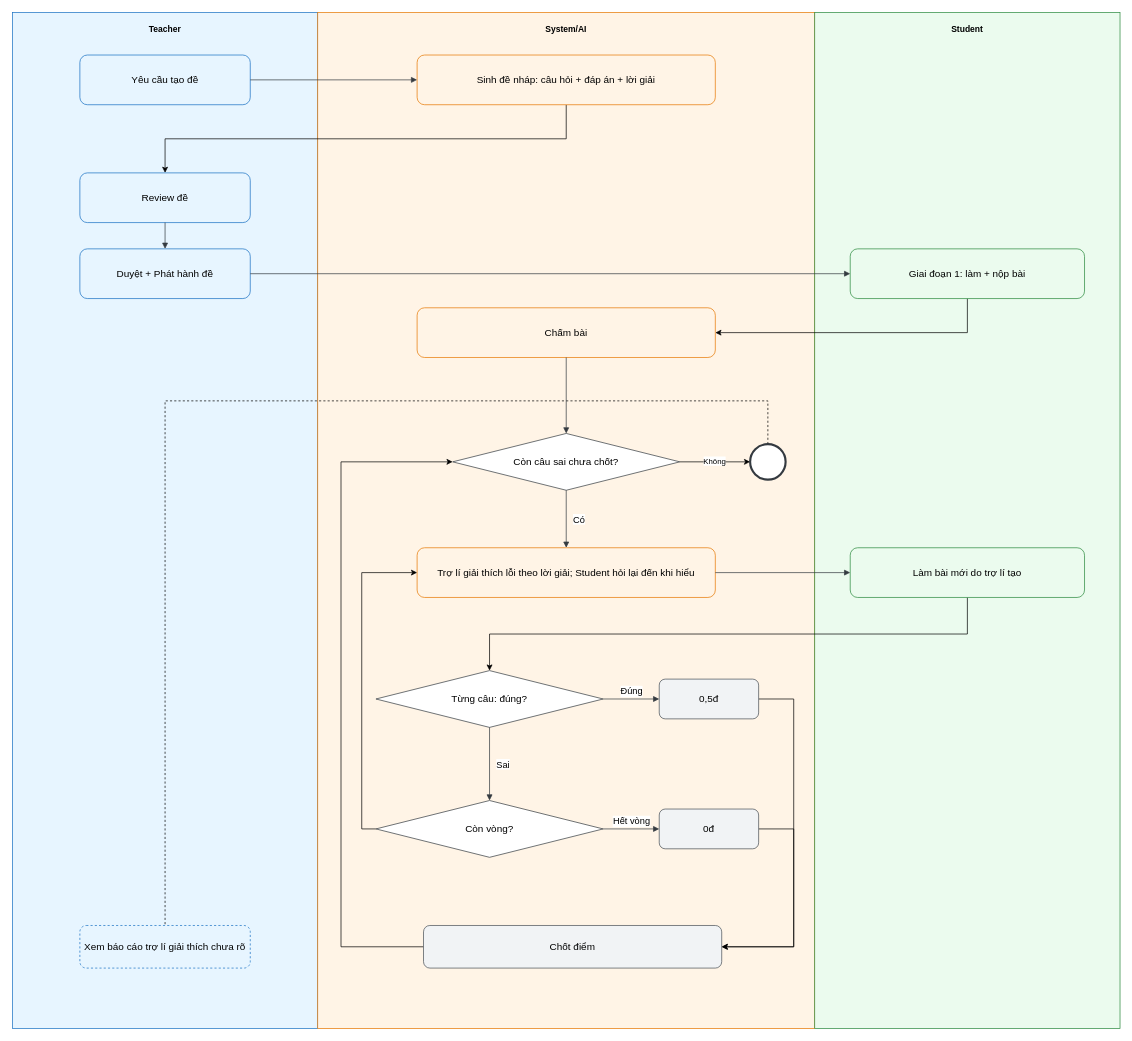
This is docs/diagrams/business-workflows.drawio from biabeogo147/AI-Assessment-and-Feedback-Assistant, a draw.io file, before an edit. Source tidied: cells renumbered, new cells numbered last; positions are measured from the earlier drawing's top-left corner, leaving out a move shared by most shapes. Both pictures are drawn from the tidied source at 71%, with x=0, y=0 at pixel (12, 12).
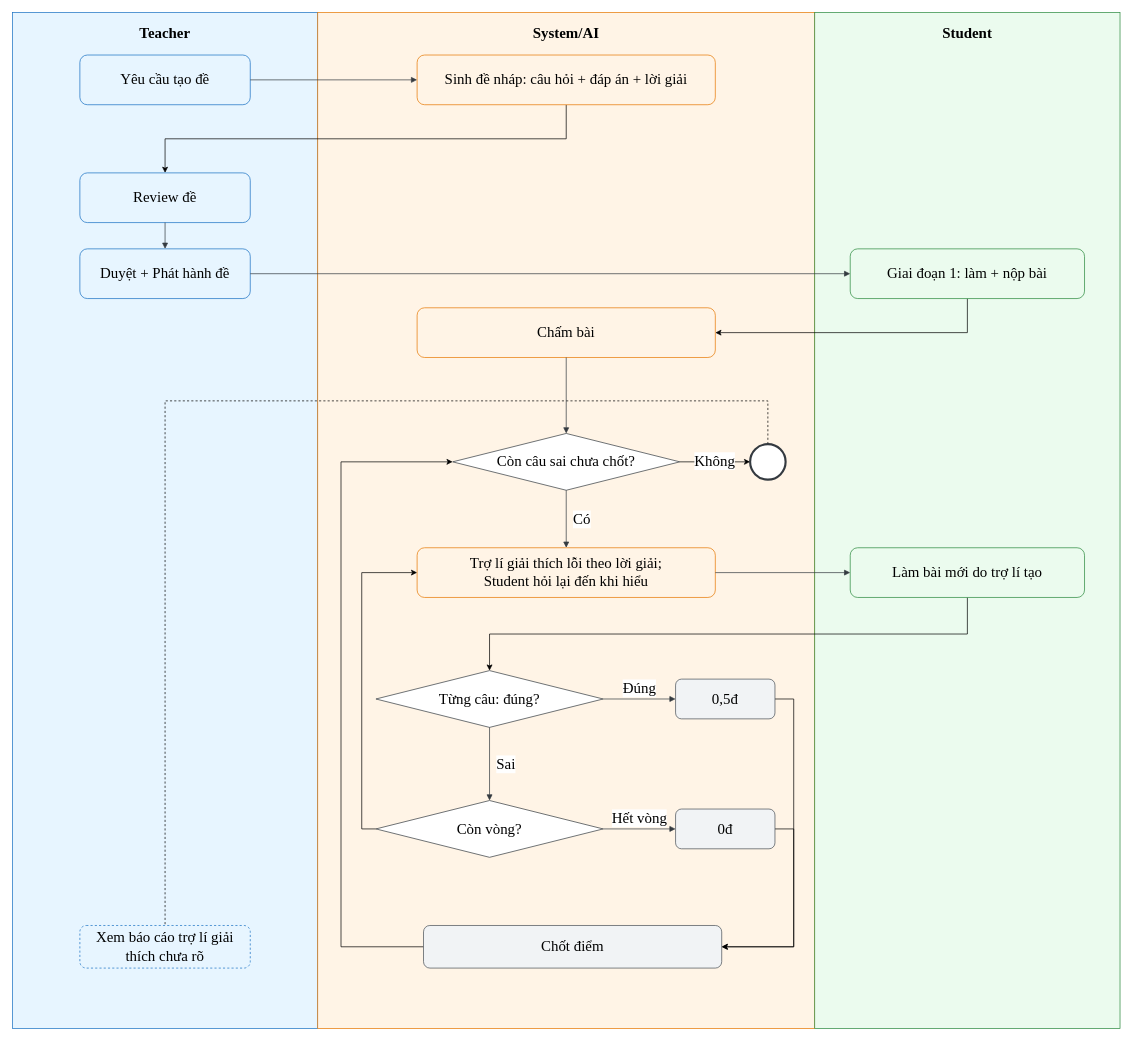
The same page after the edit.

Diff of the diagram source:
```diff
@@
-    <mxCell id="2" value="Teacher" style="rounded=0;whiteSpace=wrap;html=1;fillColor=#e7f5ff;strokeColor=#1971c2;fontStyle=1;verticalAlign=top;spacingTop=10;" parent="1" vertex="1">
+    <mxCell id="2" value="Teacher" style="rounded=0;whiteSpace=wrap;html=1;fillColor=#e7f5ff;strokeColor=#1971c2;fontStyle=1;verticalAlign=top;spacingTop=10;fontFamily=Times New Roman;fontSize=21;" parent="1" vertex="1">
       <mxGeometry width="430" height="1431" as="geometry" />
     </mxCell>
-    <mxCell id="3" value="System/AI" style="rounded=0;whiteSpace=wrap;html=1;fillColor=#fff4e6;strokeColor=#e67700;fontStyle=1;verticalAlign=top;spacingTop=10;" parent="1" vertex="1">
+    <mxCell id="3" value="System/AI" style="rounded=0;whiteSpace=wrap;html=1;fillColor=#fff4e6;strokeColor=#e67700;fontStyle=1;verticalAlign=top;spacingTop=10;fontFamily=Times New Roman;fontSize=21;" parent="1" vertex="1">
       <mxGeometry x="430" width="700" height="1431" as="geometry" />
     </mxCell>
-    <mxCell id="4" value="Student" style="rounded=0;whiteSpace=wrap;html=1;fillColor=#ebfbee;strokeColor=#2b8a3e;fontStyle=1;verticalAlign=top;spacingTop=10;" parent="1" vertex="1">
+    <mxCell id="4" value="Student" style="rounded=0;whiteSpace=wrap;html=1;fillColor=#ebfbee;strokeColor=#2b8a3e;fontStyle=1;verticalAlign=top;spacingTop=10;fontFamily=Times New Roman;fontSize=21;" parent="1" vertex="1">
       <mxGeometry x="1130" width="430" height="1431" as="geometry" />
     </mxCell>
-    <mxCell id="5" value="Yêu cầu tạo đề" style="rounded=1;whiteSpace=wrap;html=1;fillColor=#e7f5ff;strokeColor=#1971c2;fontSize=14;" parent="1" vertex="1">
+    <mxCell id="5" value="Yêu cầu tạo đề" style="rounded=1;whiteSpace=wrap;html=1;fillColor=#e7f5ff;strokeColor=#1971c2;fontSize=21;fontFamily=Times New Roman;" parent="1" vertex="1">
       <mxGeometry x="95" y="60" width="240" height="70" as="geometry" />
     </mxCell>
-    <mxCell id="6" style="edgeStyle=orthogonalEdgeStyle;rounded=0;jettySize=auto;html=1;exitX=0.5;exitY=1;exitDx=0;exitDy=0;" parent="1" edge="1" source="7" target="8">
+    <mxCell id="6" style="edgeStyle=orthogonalEdgeStyle;rounded=0;jettySize=auto;html=1;exitX=0.5;exitY=1;exitDx=0;exitDy=0;fontFamily=Times New Roman;fontSize=21;" parent="1" edge="1" source="7" target="8">
       <mxGeometry relative="1" as="geometry" />
     </mxCell>
-    <mxCell id="7" value="Sinh đề nháp: câu hỏi + đáp án + lời giải" style="rounded=1;whiteSpace=wrap;html=1;fillColor=#fff4e6;strokeColor=#e67700;fontSize=14;" parent="1" vertex="1">
+    <mxCell id="7" value="Sinh đề nháp: câu hỏi + đáp án + lời giải" style="rounded=1;whiteSpace=wrap;html=1;fillColor=#fff4e6;strokeColor=#e67700;fontSize=21;fontFamily=Times New Roman;" parent="1" vertex="1">
       <mxGeometry x="570" y="60" width="420" height="70" as="geometry" />
     </mxCell>
-    <mxCell id="8" value="Review đề" style="rounded=1;whiteSpace=wrap;html=1;fillColor=#e7f5ff;strokeColor=#1971c2;fontSize=14;" parent="1" vertex="1">
+    <mxCell id="8" value="Review đề" style="rounded=1;whiteSpace=wrap;html=1;fillColor=#e7f5ff;strokeColor=#1971c2;fontSize=21;fontFamily=Times New Roman;" parent="1" vertex="1">
       <mxGeometry x="95" y="226" width="240" height="70" as="geometry" />
     </mxCell>
-    <mxCell id="9" value="Duyệt + Phát hành đề" style="rounded=1;whiteSpace=wrap;html=1;fillColor=#e7f5ff;strokeColor=#1971c2;fontSize=14;" parent="1" vertex="1">
+    <mxCell id="9" value="Duyệt + Phát hành đề" style="rounded=1;whiteSpace=wrap;html=1;fillColor=#e7f5ff;strokeColor=#1971c2;fontSize=21;fontFamily=Times New Roman;" parent="1" vertex="1">
       <mxGeometry x="95" y="333" width="240" height="70" as="geometry" />
     </mxCell>
-    <mxCell id="10" style="edgeStyle=orthogonalEdgeStyle;rounded=0;jettySize=auto;html=1;exitX=0.5;exitY=1;exitDx=0;exitDy=0;entryX=1;entryY=0.5;entryDx=0;entryDy=0;" parent="1" edge="1" source="11" target="12">
+    <mxCell id="10" style="edgeStyle=orthogonalEdgeStyle;rounded=0;jettySize=auto;html=1;exitX=0.5;exitY=1;exitDx=0;exitDy=0;entryX=1;entryY=0.5;entryDx=0;entryDy=0;fontFamily=Times New Roman;fontSize=21;" parent="1" edge="1" source="11" target="12">
       <mxGeometry relative="1" as="geometry" />
     </mxCell>
-    <mxCell id="11" value="Giai đoạn 1: làm + nộp bài" style="rounded=1;whiteSpace=wrap;html=1;fillColor=#ebfbee;strokeColor=#2b8a3e;fontSize=14;" parent="1" vertex="1">
+    <mxCell id="11" value="Giai đoạn 1: làm + nộp bài" style="rounded=1;whiteSpace=wrap;html=1;fillColor=#ebfbee;strokeColor=#2b8a3e;fontSize=21;fontFamily=Times New Roman;" parent="1" vertex="1">
       <mxGeometry x="1180" y="333" width="330" height="70" as="geometry" />
     </mxCell>
-    <mxCell id="12" value="Chấm bài" style="rounded=1;whiteSpace=wrap;html=1;fillColor=#fff4e6;strokeColor=#e67700;fontSize=14;" parent="1" vertex="1">
+    <mxCell id="12" value="Chấm bài" style="rounded=1;whiteSpace=wrap;html=1;fillColor=#fff4e6;strokeColor=#e67700;fontSize=21;fontFamily=Times New Roman;" parent="1" vertex="1">
       <mxGeometry x="570" y="416" width="420" height="70" as="geometry" />
     </mxCell>
-    <mxCell id="13" style="edgeStyle=orthogonalEdgeStyle;rounded=0;jettySize=auto;html=1;exitX=1;exitY=0.5;exitDx=0;exitDy=0;" parent="1" edge="1" source="15" target="29">
+    <mxCell id="13" style="edgeStyle=orthogonalEdgeStyle;rounded=0;jettySize=auto;html=1;exitX=1;exitY=0.5;exitDx=0;exitDy=0;fontFamily=Times New Roman;fontSize=21;" parent="1" edge="1" source="15" target="29">
       <mxGeometry relative="1" as="geometry" />
     </mxCell>
-    <mxCell id="14" value="Không" style="edgeLabel;html=1;align=center;verticalAlign=middle;" parent="13" vertex="1">
+    <mxCell id="14" value="Không" style="edgeLabel;html=1;align=center;verticalAlign=middle;fontFamily=Times New Roman;fontSize=21;" parent="13" vertex="1">
       <mxGeometry x="-0.04" y="2" relative="1" as="geometry" />
     </mxCell>
-    <mxCell id="15" value="Còn câu sai chưa chốt?" style="rhombus;whiteSpace=wrap;html=1;fillColor=#ffffff;strokeColor=#343a40;fontSize=14;" parent="1" vertex="1">
+    <mxCell id="15" value="Còn câu sai chưa chốt?" style="rhombus;whiteSpace=wrap;html=1;fillColor=#ffffff;strokeColor=#343a40;fontSize=21;fontFamily=Times New Roman;" parent="1" vertex="1">
       <mxGeometry x="620" y="593" width="320" height="80" as="geometry" />
     </mxCell>
-    <mxCell id="16" value="Trợ lí giải thích lỗi theo lời giải; Student hỏi lại đến khi hiểu" style="rounded=1;whiteSpace=wrap;html=1;fillColor=#fff4e6;strokeColor=#e67700;fontSize=14;" parent="1" vertex="1">
+    <mxCell id="16" value="Trợ lí giải thích lỗi theo lời giải;&lt;div&gt;Student hỏi lại đến khi hiểu&lt;/div&gt;" style="rounded=1;whiteSpace=wrap;html=1;fillColor=#fff4e6;strokeColor=#e67700;fontSize=21;fontFamily=Times New Roman;" parent="1" vertex="1">
       <mxGeometry x="570" y="754" width="420" height="70" as="geometry" />
     </mxCell>
-    <mxCell id="17" style="edgeStyle=orthogonalEdgeStyle;rounded=0;jettySize=auto;html=1;exitX=0.5;exitY=1;exitDx=0;exitDy=0;entryX=0.5;entryY=0;entryDx=0;entryDy=0;" parent="1" edge="1" source="18" target="19">
+    <mxCell id="17" style="edgeStyle=orthogonalEdgeStyle;rounded=0;jettySize=auto;html=1;exitX=0.5;exitY=1;exitDx=0;exitDy=0;entryX=0.5;entryY=0;entryDx=0;entryDy=0;fontFamily=Times New Roman;fontSize=21;" parent="1" edge="1" source="18" target="19">
       <mxGeometry relative="1" as="geometry" />
     </mxCell>
-    <mxCell id="18" value="Làm bài mới do trợ lí tạo" style="rounded=1;whiteSpace=wrap;html=1;fillColor=#ebfbee;strokeColor=#2b8a3e;fontSize=14;" parent="1" vertex="1">
+    <mxCell id="18" value="Làm bài mới do trợ lí tạo" style="rounded=1;whiteSpace=wrap;html=1;fillColor=#ebfbee;strokeColor=#2b8a3e;fontSize=21;fontFamily=Times New Roman;" parent="1" vertex="1">
       <mxGeometry x="1180" y="754" width="330" height="70" as="geometry" />
     </mxCell>
-    <mxCell id="19" value="Từng câu: đúng?" style="rhombus;whiteSpace=wrap;html=1;fillColor=#ffffff;strokeColor=#343a40;fontSize=14;" parent="1" vertex="1">
+    <mxCell id="19" value="Từng câu: đúng?" style="rhombus;whiteSpace=wrap;html=1;fillColor=#ffffff;strokeColor=#343a40;fontSize=21;fontFamily=Times New Roman;" parent="1" vertex="1">
       <mxGeometry x="512" y="927" width="320" height="80" as="geometry" />
     </mxCell>
-    <mxCell id="20" style="edgeStyle=orthogonalEdgeStyle;rounded=0;jettySize=auto;html=1;exitX=0;exitY=0.5;exitDx=0;exitDy=0;entryX=0;entryY=0.5;entryDx=0;entryDy=0;" parent="1" edge="1" source="21" target="16">
+    <mxCell id="20" style="edgeStyle=orthogonalEdgeStyle;rounded=0;jettySize=auto;html=1;exitX=0;exitY=0.5;exitDx=0;exitDy=0;entryX=0;entryY=0.5;entryDx=0;entryDy=0;fontFamily=Times New Roman;fontSize=21;" parent="1" edge="1" source="21" target="16">
       <mxGeometry relative="1" as="geometry" />
     </mxCell>
-    <mxCell id="21" value="Còn vòng?" style="rhombus;whiteSpace=wrap;html=1;fillColor=#ffffff;strokeColor=#343a40;fontSize=14;" parent="1" vertex="1">
+    <mxCell id="21" value="Còn vòng?" style="rhombus;whiteSpace=wrap;html=1;fillColor=#ffffff;strokeColor=#343a40;fontSize=21;fontFamily=Times New Roman;" parent="1" vertex="1">
       <mxGeometry x="512" y="1110" width="320" height="80" as="geometry" />
     </mxCell>
-    <mxCell id="22" style="edgeStyle=orthogonalEdgeStyle;rounded=0;jettySize=auto;html=1;exitX=1;exitY=0.5;exitDx=0;exitDy=0;entryX=1;entryY=0.5;entryDx=0;entryDy=0;" parent="1" edge="1" source="23" target="27">
+    <mxCell id="22" style="edgeStyle=orthogonalEdgeStyle;rounded=0;jettySize=auto;html=1;exitX=1;exitY=0.5;exitDx=0;exitDy=0;entryX=1;entryY=0.5;entryDx=0;entryDy=0;fontFamily=Times New Roman;fontSize=21;" parent="1" edge="1" source="23" target="27">
       <mxGeometry relative="1" as="geometry">
         <Array as="points">
           <mxPoint x="1100.4" y="967" />
           <mxPoint x="1100.4" y="1316" />
         </Array>
       </mxGeometry>
     </mxCell>
-    <mxCell id="23" value="0,5đ" style="rounded=1;whiteSpace=wrap;html=1;fillColor=#f1f3f5;strokeColor=#495057;fontSize=14;" parent="1" vertex="1">
-      <mxGeometry x="911" y="939" width="140" height="56" as="geometry" />
+    <mxCell id="23" value="0,5đ" style="rounded=1;whiteSpace=wrap;html=1;fillColor=#f1f3f5;strokeColor=#495057;fontSize=21;fontFamily=Times New Roman;" parent="1" vertex="1">
+      <mxGeometry x="934" y="939" width="140" height="56" as="geometry" />
     </mxCell>
-    <mxCell id="24" style="edgeStyle=orthogonalEdgeStyle;rounded=0;jettySize=auto;html=1;exitX=1;exitY=0.5;exitDx=0;exitDy=0;entryX=1;entryY=0.5;entryDx=0;entryDy=0;" parent="1" edge="1" source="25" target="27">
+    <mxCell id="24" style="edgeStyle=orthogonalEdgeStyle;rounded=0;jettySize=auto;html=1;exitX=1;exitY=0.5;exitDx=0;exitDy=0;entryX=1;entryY=0.5;entryDx=0;entryDy=0;fontFamily=Times New Roman;fontSize=21;" parent="1" edge="1" source="25" target="27">
       <mxGeometry relative="1" as="geometry">
         <Array as="points">
           <mxPoint x="1100.4" y="1150" />
           <mxPoint x="1100.4" y="1316" />
         </Array>
       </mxGeometry>
     </mxCell>
-    <mxCell id="25" value="0đ" style="rounded=1;whiteSpace=wrap;html=1;fillColor=#f1f3f5;strokeColor=#495057;fontSize=14;" parent="1" vertex="1">
-      <mxGeometry x="911" y="1122" width="140" height="56" as="geometry" />
+    <mxCell id="25" value="0đ" style="rounded=1;whiteSpace=wrap;html=1;fillColor=#f1f3f5;strokeColor=#495057;fontSize=21;fontFamily=Times New Roman;" parent="1" vertex="1">
+      <mxGeometry x="934" y="1122" width="140" height="56" as="geometry" />
     </mxCell>
-    <mxCell id="26" style="edgeStyle=orthogonalEdgeStyle;rounded=0;jettySize=auto;html=1;exitX=0;exitY=0.5;exitDx=0;exitDy=0;entryX=0;entryY=0.5;entryDx=0;entryDy=0;" parent="1" edge="1" source="27" target="15">
+    <mxCell id="26" style="edgeStyle=orthogonalEdgeStyle;rounded=0;jettySize=auto;html=1;exitX=0;exitY=0.5;exitDx=0;exitDy=0;entryX=0;entryY=0.5;entryDx=0;entryDy=0;fontFamily=Times New Roman;fontSize=21;" parent="1" edge="1" source="27" target="15">
       <mxGeometry relative="1" as="geometry">
         <Array as="points">
           <mxPoint x="462.8" y="1316" />
           <mxPoint x="462.8" y="633" />
         </Array>
       </mxGeometry>
     </mxCell>
-    <mxCell id="27" value="Chốt điểm" style="rounded=1;whiteSpace=wrap;html=1;fillColor=#f1f3f5;strokeColor=#495057;fontSize=14;" parent="1" vertex="1">
+    <mxCell id="27" value="Chốt điểm" style="rounded=1;whiteSpace=wrap;html=1;fillColor=#f1f3f5;strokeColor=#495057;fontSize=21;fontFamily=Times New Roman;" parent="1" vertex="1">
       <mxGeometry x="579" y="1286" width="420" height="60" as="geometry" />
     </mxCell>
-    <mxCell id="28" style="edgeStyle=orthogonalEdgeStyle;rounded=0;jettySize=auto;html=1;exitX=0.5;exitY=0;exitDx=0;exitDy=0;dashed=1;endArrow=none;endFill=0;" parent="1" edge="1" source="29" target="30">
+    <mxCell id="28" style="edgeStyle=orthogonalEdgeStyle;rounded=0;jettySize=auto;html=1;exitX=0.5;exitY=0;exitDx=0;exitDy=0;dashed=1;endArrow=none;endFill=0;fontFamily=Times New Roman;fontSize=21;" parent="1" edge="1" source="29" target="30">
       <mxGeometry relative="1" as="geometry">
         <Array as="points">
           <mxPoint x="1064" y="547.1" />
           <mxPoint x="215" y="547.1" />
         </Array>
       </mxGeometry>
     </mxCell>
-    <mxCell id="29" style="ellipse;whiteSpace=wrap;html=1;fillColor=#ffffff;strokeColor=#343a40;strokeWidth=3;" parent="1" vertex="1">
+    <mxCell id="29" style="ellipse;whiteSpace=wrap;html=1;fillColor=#ffffff;strokeColor=#343a40;strokeWidth=3;fontFamily=Times New Roman;fontSize=21;" parent="1" vertex="1">
       <mxGeometry x="1039" y="608" width="50" height="50" as="geometry" />
     </mxCell>
-    <mxCell id="30" value="Xem báo cáo trợ lí giải thích chưa rõ" style="rounded=1;whiteSpace=wrap;html=1;fillColor=#e7f5ff;strokeColor=#1971c2;dashed=1;fontSize=14;" parent="1" vertex="1">
+    <mxCell id="30" value="Xem báo cáo trợ lí giải thích chưa rõ" style="rounded=1;whiteSpace=wrap;html=1;fillColor=#e7f5ff;strokeColor=#1971c2;dashed=1;fontSize=21;fontFamily=Times New Roman;" parent="1" vertex="1">
       <mxGeometry x="95" y="1286" width="240" height="60" as="geometry" />
     </mxCell>
-    <mxCell id="31" style="edgeStyle=orthogonalEdgeStyle;rounded=0;html=1;endArrow=block;strokeColor=#343a40;fontSize=13;exitX=1;exitY=0.5;exitDx=0;exitDy=0;entryX=0;entryY=0.5;entryDx=0;entryDy=0;" parent="1" edge="1" source="5" target="7">
+    <mxCell id="31" style="edgeStyle=orthogonalEdgeStyle;rounded=0;html=1;endArrow=block;strokeColor=#343a40;fontSize=21;exitX=1;exitY=0.5;exitDx=0;exitDy=0;entryX=0;entryY=0.5;entryDx=0;entryDy=0;fontFamily=Times New Roman;" parent="1" edge="1" source="5" target="7">
       <mxGeometry relative="1" as="geometry" />
     </mxCell>
-    <mxCell id="32" style="edgeStyle=orthogonalEdgeStyle;rounded=0;html=1;endArrow=block;strokeColor=#343a40;fontSize=13;exitX=0.5;exitY=1;exitDx=0;exitDy=0;entryX=0.5;entryY=0;entryDx=0;entryDy=0;" parent="1" edge="1" source="8" target="9">
+    <mxCell id="32" style="edgeStyle=orthogonalEdgeStyle;rounded=0;html=1;endArrow=block;strokeColor=#343a40;fontSize=21;exitX=0.5;exitY=1;exitDx=0;exitDy=0;entryX=0.5;entryY=0;entryDx=0;entryDy=0;fontFamily=Times New Roman;" parent="1" edge="1" source="8" target="9">
       <mxGeometry relative="1" as="geometry" />
     </mxCell>
-    <mxCell id="33" style="edgeStyle=orthogonalEdgeStyle;rounded=0;html=1;endArrow=block;strokeColor=#343a40;fontSize=13;exitX=1;exitY=0.5;exitDx=0;exitDy=0;entryX=0;entryY=0.5;entryDx=0;entryDy=0;" parent="1" edge="1" source="9" target="11">
+    <mxCell id="33" style="edgeStyle=orthogonalEdgeStyle;rounded=0;html=1;endArrow=block;strokeColor=#343a40;fontSize=21;exitX=1;exitY=0.5;exitDx=0;exitDy=0;entryX=0;entryY=0.5;entryDx=0;entryDy=0;fontFamily=Times New Roman;" parent="1" edge="1" source="9" target="11">
       <mxGeometry relative="1" as="geometry" />
     </mxCell>
-    <mxCell id="34" style="edgeStyle=orthogonalEdgeStyle;rounded=0;html=1;endArrow=block;strokeColor=#343a40;fontSize=13;exitX=0.5;exitY=1;exitDx=0;exitDy=0;entryX=0.5;entryY=0;entryDx=0;entryDy=0;" parent="1" edge="1" source="12" target="15">
+    <mxCell id="34" style="edgeStyle=orthogonalEdgeStyle;rounded=0;html=1;endArrow=block;strokeColor=#343a40;fontSize=21;exitX=0.5;exitY=1;exitDx=0;exitDy=0;entryX=0.5;entryY=0;entryDx=0;entryDy=0;fontFamily=Times New Roman;" parent="1" edge="1" source="12" target="15">
       <mxGeometry relative="1" as="geometry" />
     </mxCell>
-    <mxCell id="35" value="Có" style="edgeStyle=orthogonalEdgeStyle;rounded=0;html=1;endArrow=block;strokeColor=#343a40;fontSize=13;exitX=0.5;exitY=1;exitDx=0;exitDy=0;entryX=0.5;entryY=0;entryDx=0;entryDy=0;align=left;spacingLeft=8;" parent="1" edge="1" source="15" target="16">
+    <mxCell id="35" value="Có" style="edgeStyle=orthogonalEdgeStyle;rounded=0;html=1;endArrow=block;strokeColor=#343a40;fontSize=21;exitX=0.5;exitY=1;exitDx=0;exitDy=0;entryX=0.5;entryY=0;entryDx=0;entryDy=0;align=left;spacingLeft=8;fontFamily=Times New Roman;" parent="1" edge="1" source="15" target="16">
       <mxGeometry relative="1" as="geometry" />
     </mxCell>
-    <mxCell id="36" style="edgeStyle=orthogonalEdgeStyle;rounded=0;html=1;endArrow=block;strokeColor=#343a40;fontSize=13;exitX=1;exitY=0.5;exitDx=0;exitDy=0;entryX=0;entryY=0.5;entryDx=0;entryDy=0;" parent="1" edge="1" source="16" target="18">
+    <mxCell id="36" style="edgeStyle=orthogonalEdgeStyle;rounded=0;html=1;endArrow=block;strokeColor=#343a40;fontSize=21;exitX=1;exitY=0.5;exitDx=0;exitDy=0;entryX=0;entryY=0.5;entryDx=0;entryDy=0;fontFamily=Times New Roman;" parent="1" edge="1" source="16" target="18">
       <mxGeometry relative="1" as="geometry" />
     </mxCell>
-    <mxCell id="37" value="Đúng" style="edgeStyle=orthogonalEdgeStyle;rounded=0;html=1;endArrow=block;strokeColor=#343a40;fontSize=13;exitX=1;exitY=0.5;exitDx=0;exitDy=0;entryX=0;entryY=0.5;entryDx=0;entryDy=0;verticalAlign=bottom;" parent="1" edge="1" source="19" target="23">
+    <mxCell id="37" value="Đúng" style="edgeStyle=orthogonalEdgeStyle;rounded=0;html=1;endArrow=block;strokeColor=#343a40;fontSize=21;exitX=1;exitY=0.5;exitDx=0;exitDy=0;entryX=0;entryY=0.5;entryDx=0;entryDy=0;verticalAlign=bottom;fontFamily=Times New Roman;" parent="1" edge="1" source="19" target="23">
       <mxGeometry relative="1" as="geometry" />
     </mxCell>
-    <mxCell id="38" value="Sai" style="edgeStyle=orthogonalEdgeStyle;rounded=0;html=1;endArrow=block;strokeColor=#343a40;fontSize=13;exitX=0.5;exitY=1;exitDx=0;exitDy=0;entryX=0.5;entryY=0;entryDx=0;entryDy=0;align=left;spacingLeft=8;" parent="1" edge="1" source="19" target="21">
+    <mxCell id="38" value="Sai" style="edgeStyle=orthogonalEdgeStyle;rounded=0;html=1;endArrow=block;strokeColor=#343a40;fontSize=21;exitX=0.5;exitY=1;exitDx=0;exitDy=0;entryX=0.5;entryY=0;entryDx=0;entryDy=0;align=left;spacingLeft=8;fontFamily=Times New Roman;" parent="1" edge="1" source="19" target="21">
       <mxGeometry relative="1" as="geometry" />
     </mxCell>
-    <mxCell id="39" value="Hết vòng" style="edgeStyle=orthogonalEdgeStyle;rounded=0;html=1;endArrow=block;strokeColor=#343a40;fontSize=13;exitX=1;exitY=0.5;exitDx=0;exitDy=0;entryX=0;entryY=0.5;entryDx=0;entryDy=0;verticalAlign=bottom;" parent="1" edge="1" source="21" target="25">
+    <mxCell id="39" value="Hết vòng" style="edgeStyle=orthogonalEdgeStyle;rounded=0;html=1;endArrow=block;strokeColor=#343a40;fontSize=21;exitX=1;exitY=0.5;exitDx=0;exitDy=0;entryX=0;entryY=0.5;entryDx=0;entryDy=0;verticalAlign=bottom;fontFamily=Times New Roman;" parent="1" edge="1" source="21" target="25">
       <mxGeometry relative="1" as="geometry" />
     </mxCell>
```
